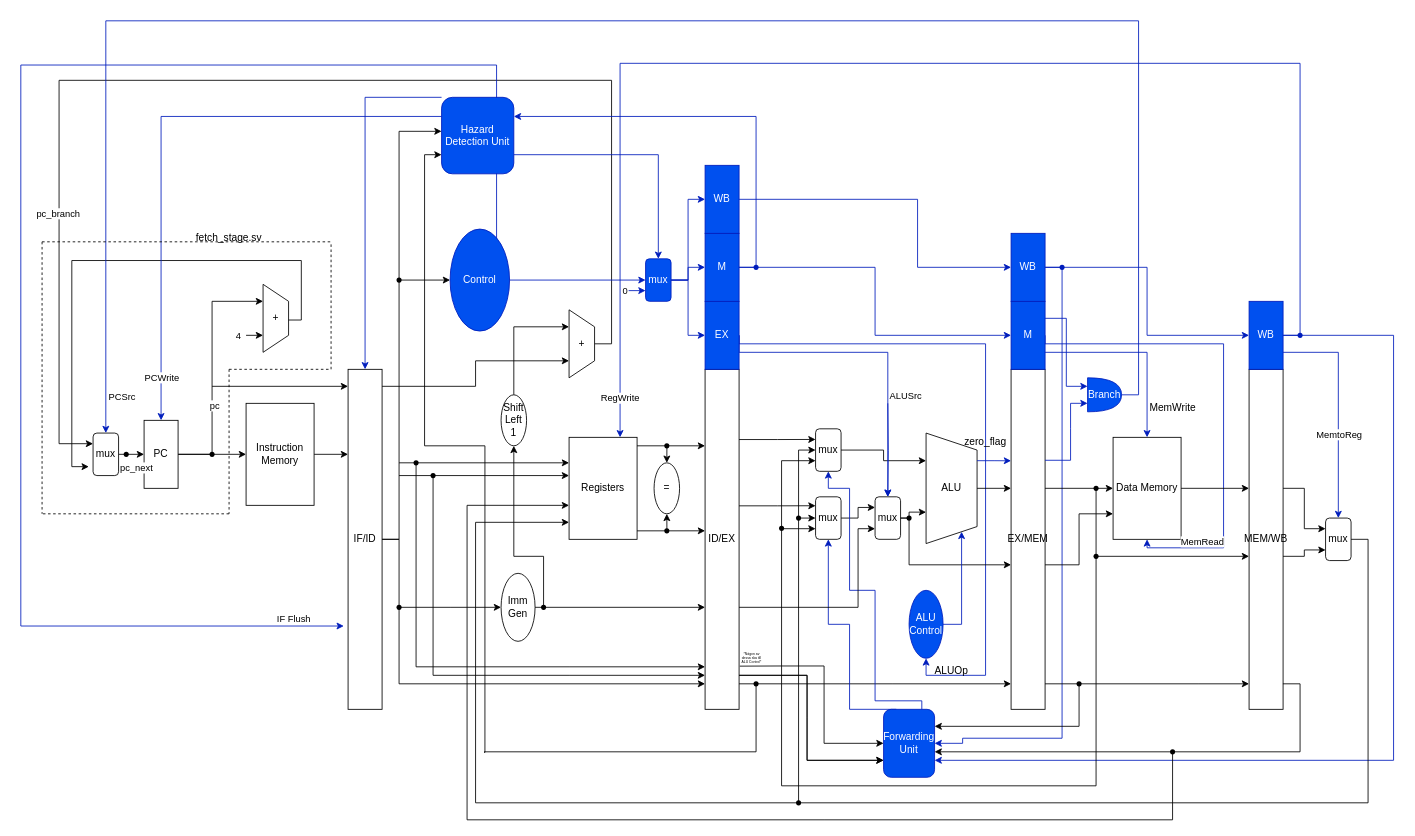
Above: documentation/Architecture.drawio in RISC-V-on-FPGA/riscv (draw.io), before the change. Source tidied: cells renumbered, new cells numbered last; positions are measured from the earlier drawing's top-left corner, leaving out a move shared by most shapes. Both pictures are drawn from the tidied source at 85%, with x=0, y=0 at pixel (20, 20).
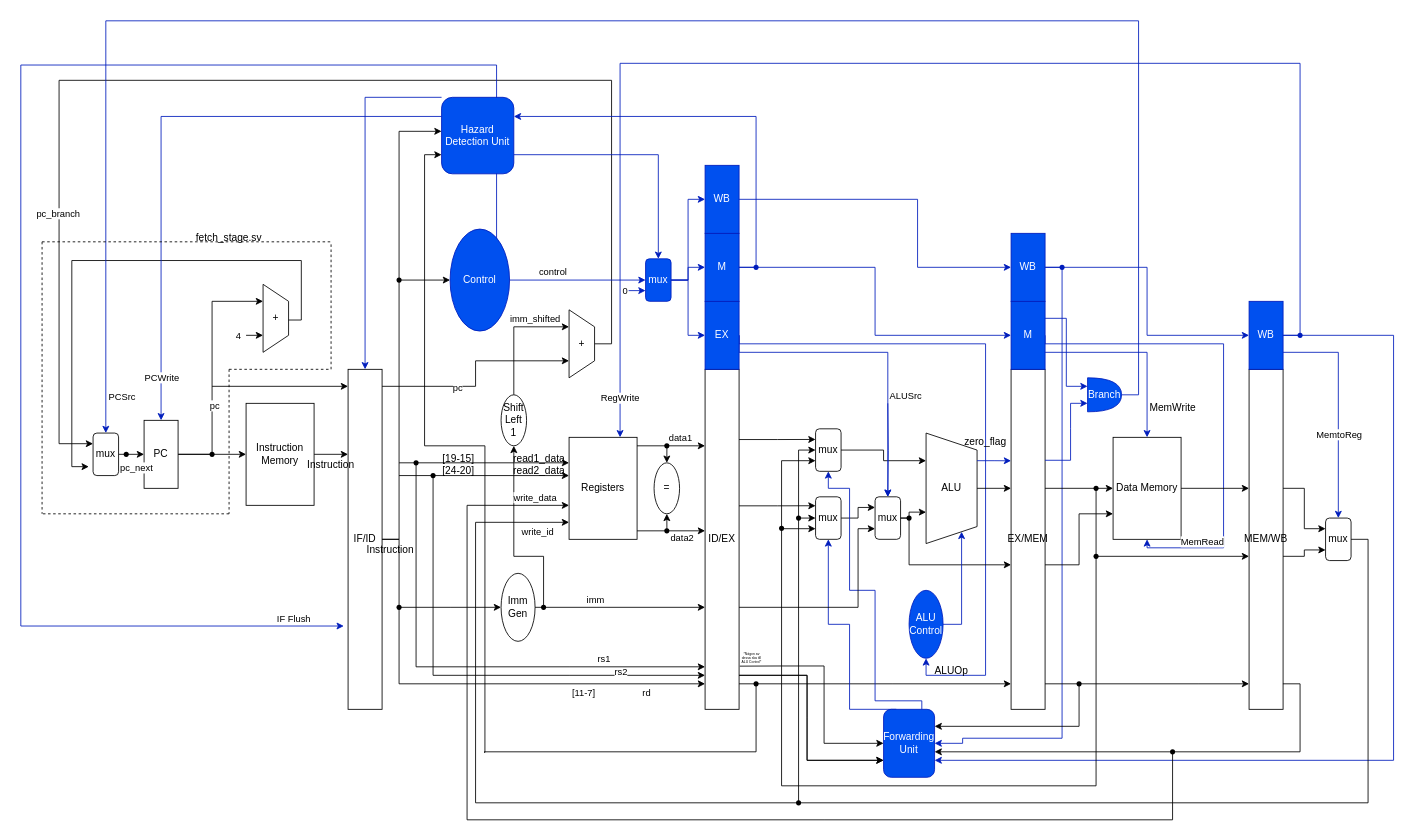
The same diagram, later.

The change refers to these unchanged cells:
```xml
<mxCell id="16" style="edgeStyle=orthogonalEdgeStyle;rounded=0;jettySize=auto;html=1;exitX=1;exitY=0.5;exitDx=0;exitDy=0;entryX=0;entryY=0.925;entryDx=0;entryDy=0;entryPerimeter=0;" parent="1" edge="1" source="17" target="18">
  <mxGeometry relative="1" as="geometry">
    <Array as="points">
      <mxPoint x="445" y="610" />
      <mxPoint x="445" y="780" />
    </Array>
  </mxGeometry>
</mxCell>
<mxCell id="22" style="edgeStyle=orthogonalEdgeStyle;rounded=0;jettySize=auto;html=1;" parent="1" edge="1" source="148">
  <mxGeometry relative="1" as="geometry">
    <mxPoint x="645" y="590" as="targetPoint" />
    <Array as="points">
      <mxPoint x="535" y="920" />
      <mxPoint x="535" y="590" />
      <mxPoint x="645" y="590" />
    </Array>
  </mxGeometry>
</mxCell>
<mxCell id="24" style="edgeStyle=orthogonalEdgeStyle;rounded=0;jettySize=auto;html=1;exitX=1;exitY=0.05;exitDx=0;exitDy=0;entryX=0.75;entryY=1;entryDx=0;entryDy=0;exitPerimeter=0;" parent="1" edge="1" source="17" target="27">
  <mxGeometry relative="1" as="geometry" />
</mxCell>
<mxCell id="30" style="edgeStyle=orthogonalEdgeStyle;rounded=0;jettySize=auto;html=1;exitX=0.5;exitY=0;exitDx=0;exitDy=0;entryX=0.25;entryY=1;entryDx=0;entryDy=0;" parent="1" edge="1" source="32" target="27">
  <mxGeometry relative="1" as="geometry" />
</mxCell>
<mxCell id="60" style="edgeStyle=orthogonalEdgeStyle;rounded=0;jettySize=auto;html=1;exitX=1;exitY=0.5;exitDx=0;exitDy=0;entryX=0;entryY=0.5;entryDx=0;entryDy=0;fillColor=#0050ef;strokeColor=#001DBC;" parent="1" edge="1" source="61" target="41">
  <mxGeometry relative="1" as="geometry" />
</mxCell>
<mxCell id="84" style="edgeStyle=orthogonalEdgeStyle;rounded=0;orthogonalLoop=1;jettySize=auto;html=1;exitDx=0;exitDy=0;anchorPointDirection=1;snapToPoint=0;" parent="1" edge="1">
  <mxGeometry relative="1" as="geometry">
    <mxPoint x="615" y="690" as="sourcePoint" />
    <mxPoint x="805" y="690" as="targetPoint" />
  </mxGeometry>
</mxCell>
<mxCell id="85" style="endArrow=classic;html=1;rounded=0;exitX=1;exitY=0.917;exitDx=0;exitDy=0;exitPerimeter=0;" parent="1" edge="1" source="23">
  <mxGeometry relative="1" as="geometry">
    <mxPoint x="805" y="600" as="targetPoint" />
  </mxGeometry>
</mxCell>
<mxCell id="86" style="endArrow=classic;html=1;rounded=0;exitX=1;exitY=0.917;exitDx=0;exitDy=0;exitPerimeter=0;" parent="1" edge="1">
  <mxGeometry relative="1" as="geometry">
    <mxPoint x="725" y="500" as="sourcePoint" />
    <mxPoint x="805" y="500" as="targetPoint" />
  </mxGeometry>
</mxCell>
<mxCell id="90" style="endArrow=classic;html=1;rounded=0;entryX=0;entryY=0.85;entryDx=0;entryDy=0;entryPerimeter=0;" parent="1" edge="1">
  <mxGeometry relative="1" as="geometry">
    <mxPoint x="485" y="770" as="sourcePoint" />
    <mxPoint x="805" y="770" as="targetPoint" />
    <Array as="points">
      <mxPoint x="645" y="770" />
    </Array>
  </mxGeometry>
</mxCell>
<mxCell id="91" style="endArrow=classic;html=1;rounded=0;entryX=0;entryY=0.85;entryDx=0;entryDy=0;entryPerimeter=0;" parent="1" edge="1">
  <mxGeometry relative="1" as="geometry">
    <mxPoint x="465" y="760" as="sourcePoint" />
    <mxPoint x="805" y="760" as="targetPoint" />
    <Array as="points">
      <mxPoint x="645" y="760" />
    </Array>
  </mxGeometry>
</mxCell>
<mxCell id="139" style="endArrow=classic;html=1;rounded=0;entryX=0;entryY=0.667;entryDx=0;entryDy=0;entryPerimeter=0;" parent="1" edge="1" target="23">
  <mxGeometry relative="1" as="geometry">
    <mxPoint x="525" y="570" as="sourcePoint" />
  </mxGeometry>
</mxCell>
```

The edit, as a diff of the source:
```diff
@@
+    <mxCell id="172" value="[11-7]" style="edgeLabel;html=1;align=center;verticalAlign=middle;" parent="16" vertex="1">
+      <mxGeometry x="0.46" relative="1" as="geometry">
+        <mxPoint x="4" y="10" as="offset" />
+      </mxGeometry>
+    </mxCell>
+    <mxCell id="173" value="rd" style="edgeLabel;html=1;align=center;verticalAlign=middle;" parent="16" vertex="1">
+      <mxGeometry x="0.62" y="-1" relative="1" as="geometry">
+        <mxPoint x="34" y="9" as="offset" />
+      </mxGeometry>
+    </mxCell>
@@
+    <mxCell id="174" value="write_id" style="edgeLabel;html=1;align=center;verticalAlign=middle;" parent="22" vertex="1">
+      <mxGeometry x="0.91" relative="1" as="geometry">
+        <mxPoint x="-1" y="10" as="offset" />
+      </mxGeometry>
+    </mxCell>
@@
+    <mxCell id="175" value="pc" style="edgeLabel;html=1;align=center;verticalAlign=middle;" parent="24" vertex="1">
+      <mxGeometry x="-0.3" y="-1" relative="1" as="geometry" />
+    </mxCell>
@@
+    <mxCell id="176" value="&lt;div&gt;imm_shifted&lt;/div&gt;" style="edgeLabel;html=1;align=center;verticalAlign=middle;" parent="30" vertex="1">
+      <mxGeometry x="0.48" y="-1" relative="1" as="geometry">
+        <mxPoint x="-3" y="-11" as="offset" />
+      </mxGeometry>
+    </mxCell>
@@
+    <mxCell id="177" value="control" style="edgeLabel;html=1;align=center;verticalAlign=middle;" parent="60" vertex="1">
+      <mxGeometry x="-0.42" relative="1" as="geometry">
+        <mxPoint x="4" y="-10" as="offset" />
+      </mxGeometry>
+    </mxCell>
@@
+    <mxCell id="178" value="&lt;div&gt;imm&lt;/div&gt;" style="edgeLabel;html=1;align=center;verticalAlign=middle;" parent="84" vertex="1">
+      <mxGeometry x="-0.4" y="-2" relative="1" as="geometry">
+        <mxPoint x="3" y="-12" as="offset" />
+      </mxGeometry>
+    </mxCell>
@@
+    <mxCell id="179" value="&lt;div&gt;data2&lt;/div&gt;" style="edgeLabel;html=1;align=center;verticalAlign=middle;" parent="85" vertex="1">
+      <mxGeometry x="0.33" y="2" relative="1" as="geometry">
+        <mxPoint y="9" as="offset" />
+      </mxGeometry>
+    </mxCell>
@@
+    <mxCell id="180" value="&lt;div&gt;data1&lt;/div&gt;" style="edgeLabel;html=1;align=center;verticalAlign=middle;" parent="86" vertex="1">
+      <mxGeometry x="0.34" relative="1" as="geometry">
+        <mxPoint x="-4" y="-10" as="offset" />
+      </mxGeometry>
+    </mxCell>
@@
+    <mxCell id="181" value="rs2" style="edgeLabel;html=1;align=center;verticalAlign=middle;" parent="90" vertex="1">
+      <mxGeometry x="0.15" y="-1" relative="1" as="geometry">
+        <mxPoint x="36" y="-6" as="offset" />
+      </mxGeometry>
+    </mxCell>
@@
+    <mxCell id="182" value="rs1" style="edgeLabel;html=1;align=center;verticalAlign=middle;" parent="91" vertex="1">
+      <mxGeometry x="0.28" y="2" relative="1" as="geometry">
+        <mxPoint x="2" y="-8" as="offset" />
+      </mxGeometry>
+    </mxCell>
@@
+    <mxCell id="183" value="write_data" style="edgeLabel;html=1;align=center;verticalAlign=middle;" parent="139" vertex="1">
+      <mxGeometry x="0.37" y="-1" relative="1" as="geometry">
+        <mxPoint x="-2" y="-11" as="offset" />
+      </mxGeometry>
+    </mxCell>
@@
+    <mxCell id="184" value="&lt;div&gt;Instruction&lt;/div&gt;&lt;div&gt;&lt;br&gt;&lt;/div&gt;" style="text;html=1;align=center;verticalAlign=middle;whiteSpace=wrap;rounded=0;" parent="1" vertex="1">
+      <mxGeometry x="335" y="515" width="60" height="30" as="geometry" />
+    </mxCell>
+    <mxCell id="185" value="&lt;div&gt;Instruction&lt;/div&gt;&lt;div&gt;&lt;br&gt;&lt;/div&gt;" style="text;html=1;align=center;verticalAlign=middle;whiteSpace=wrap;rounded=0;" parent="1" vertex="1">
+      <mxGeometry x="405" y="615" width="60" height="30" as="geometry" />
+    </mxCell>
+    <mxCell id="186" value="read1_data" style="text;html=1;align=center;verticalAlign=middle;whiteSpace=wrap;rounded=0;" parent="1" vertex="1">
+      <mxGeometry x="580" y="500" width="60" height="30" as="geometry" />
+    </mxCell>
+    <mxCell id="187" value="read2_data" style="text;html=1;align=center;verticalAlign=middle;whiteSpace=wrap;rounded=0;" parent="1" vertex="1">
+      <mxGeometry x="580" y="515" width="60" height="30" as="geometry" />
+    </mxCell>
+    <mxCell id="188" value="[19-15]" style="text;html=1;align=center;verticalAlign=middle;whiteSpace=wrap;rounded=0;" parent="1" vertex="1">
+      <mxGeometry x="485" y="500" width="60" height="30" as="geometry" />
+    </mxCell>
+    <mxCell id="189" value="[24-20]" style="text;html=1;align=center;verticalAlign=middle;whiteSpace=wrap;rounded=0;" parent="1" vertex="1">
+      <mxGeometry x="485" y="515" width="60" height="30" as="geometry" />
+    </mxCell>
```
